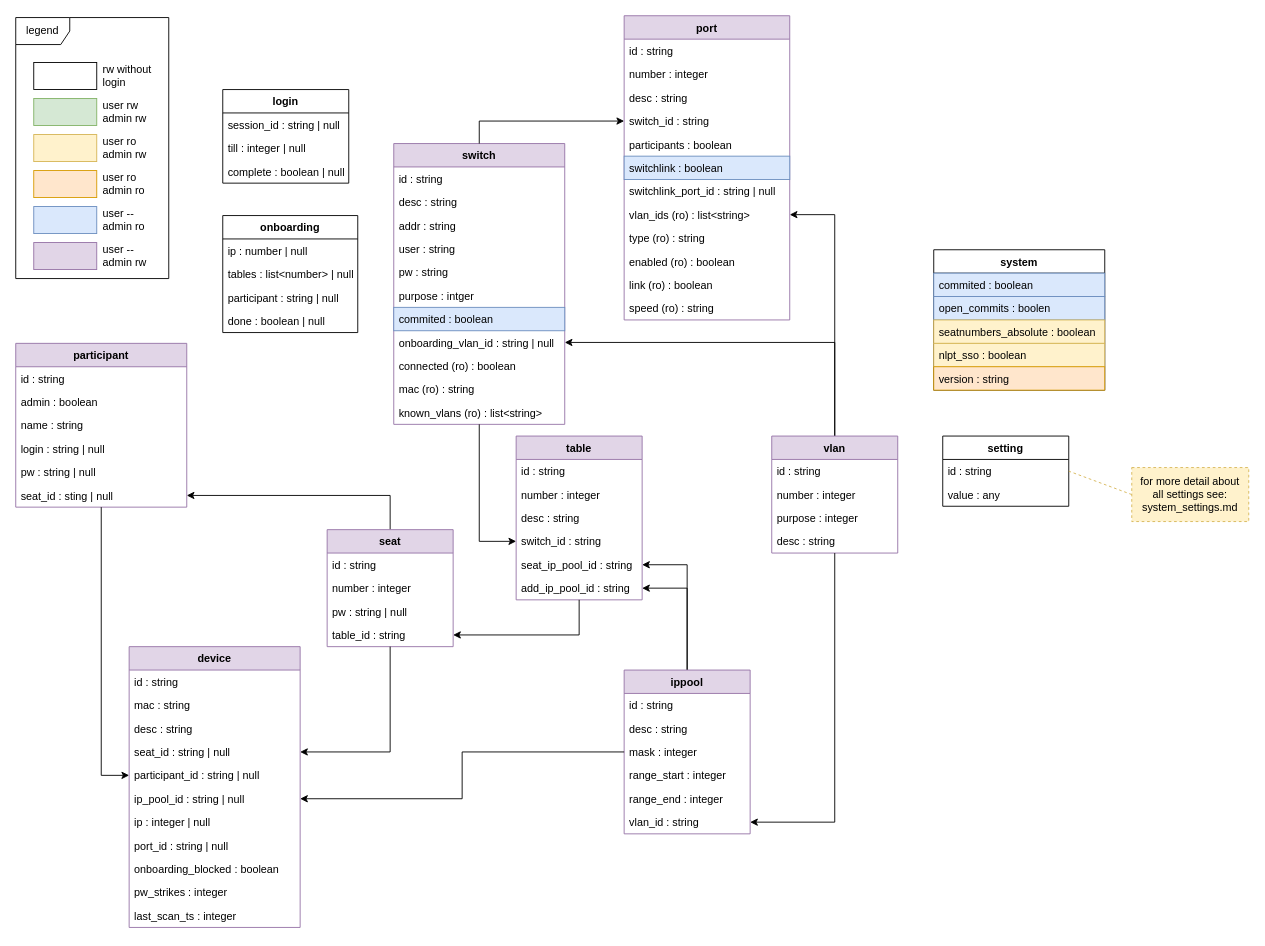
nils-ost/LanPartyOnboardingSystem keeps this draw.io diagram as docs/api.drawio. Above is the earlier version. Source tidied: cells renumbered, new cells numbered last; positions are measured from the earlier drawing's top-left corner, leaving out a move shared by most shapes. Both pictures are drawn from the tidied source at 90%, with x=0, y=0 at pixel (15, 15).
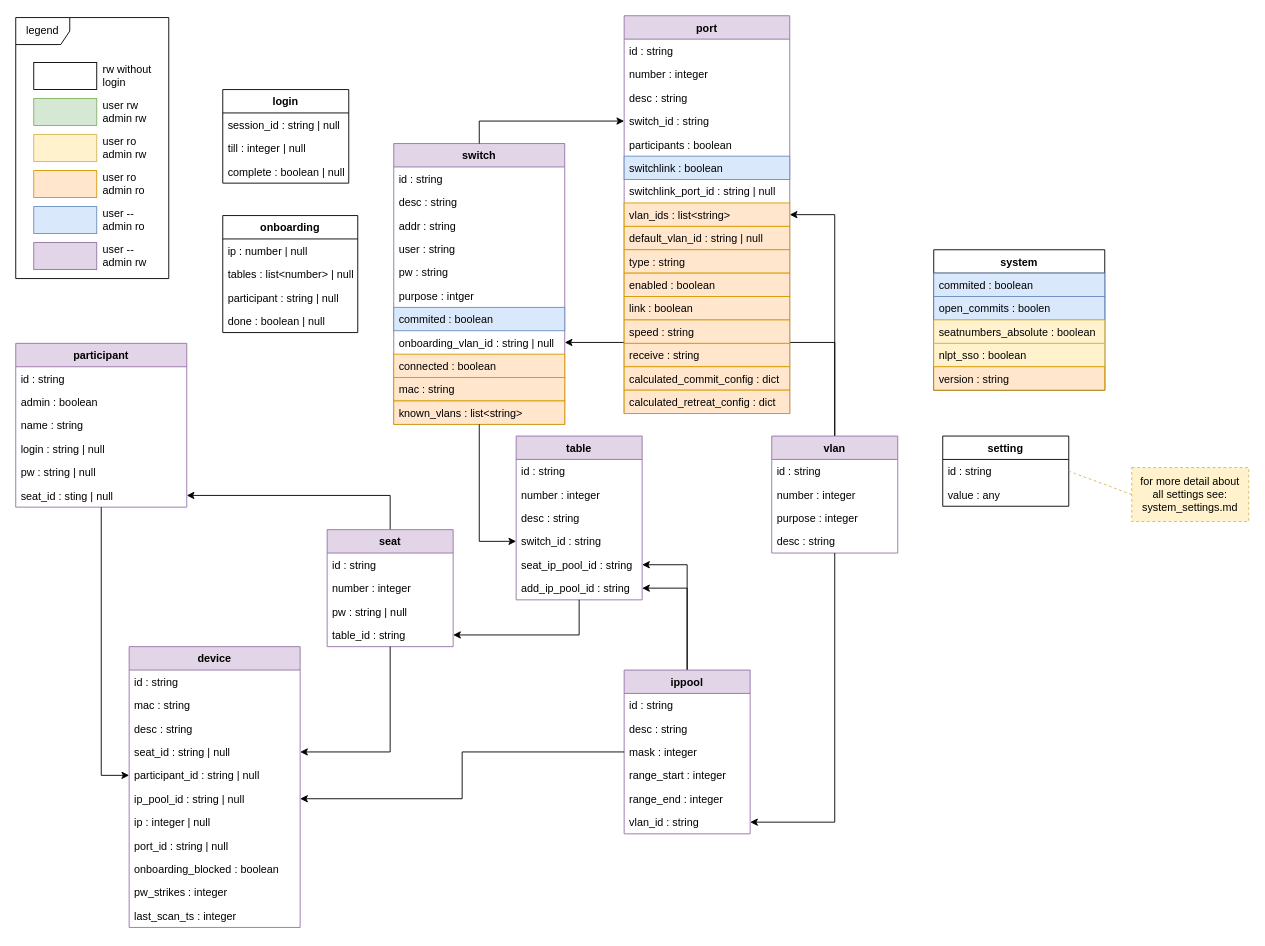
The same diagram, later.

Commit message (it also covers changes not shown here):
PortConfigCache is now used on Switch commit and retreat

Unchanged cells that the change refers to:
```xml
<mxCell id="30" value="switch" style="swimlane;fontStyle=1;horizontal=1;startSize=26;fillColor=#e1d5e7;strokeColor=#9673a6;" parent="1" vertex="1">
  <mxGeometry x="420" y="142" width="190" height="312" as="geometry" />
</mxCell>
```

The edit, as a diff of the source:
```diff
@@
-    <mxCell id="39" value="connected (ro) : boolean" style="text;strokeColor=none;fillColor=none;align=left;verticalAlign=top;spacingLeft=4;spacingRight=4;overflow=hidden;" parent="30" vertex="1">
+    <mxCell id="39" value="connected : boolean" style="text;strokeColor=#d79b00;fillColor=#ffe6cc;align=left;verticalAlign=top;spacingLeft=4;spacingRight=4;overflow=hidden;" parent="30" vertex="1">
       <mxGeometry y="234" width="190" height="26" as="geometry" />
     </mxCell>
-    <mxCell id="40" value="mac (ro) : string" style="text;strokeColor=none;fillColor=none;align=left;verticalAlign=top;spacingLeft=4;spacingRight=4;overflow=hidden;" parent="30" vertex="1">
+    <mxCell id="40" value="mac : string" style="text;strokeColor=#d79b00;fillColor=#ffe6cc;align=left;verticalAlign=top;spacingLeft=4;spacingRight=4;overflow=hidden;" parent="30" vertex="1">
       <mxGeometry y="260" width="190" height="26" as="geometry" />
     </mxCell>
-    <mxCell id="41" value="known_vlans (ro) : list&lt;string&gt;" style="text;strokeColor=none;fillColor=none;align=left;verticalAlign=top;spacingLeft=4;spacingRight=4;overflow=hidden;" parent="30" vertex="1">
+    <mxCell id="41" value="known_vlans : list&lt;string&gt;" style="text;strokeColor=#d79b00;fillColor=#ffe6cc;align=left;verticalAlign=top;spacingLeft=4;spacingRight=4;overflow=hidden;" parent="30" vertex="1">
       <mxGeometry y="286" width="190" height="26" as="geometry" />
     </mxCell>
@@
     <mxCell id="72" value="port" style="swimlane;fontStyle=1;horizontal=1;startSize=26;fillColor=#e1d5e7;strokeColor=#9673a6;" parent="1" vertex="1">
-      <mxGeometry x="676" width="184" height="338" as="geometry" />
+      <mxGeometry x="676" width="184" height="442" as="geometry" />
     </mxCell>
@@
-    <mxCell id="80" value="vlan_ids (ro) : list&lt;string&gt;" style="text;strokeColor=none;fillColor=none;align=left;verticalAlign=top;spacingLeft=4;spacingRight=4;overflow=hidden;points=[[0,0.5],[1,0.5]];portConstraint=eastwest;" parent="72" vertex="1">
+    <mxCell id="80" value="vlan_ids : list&lt;string&gt;" style="text;strokeColor=#d79b00;fillColor=#ffe6cc;align=left;verticalAlign=top;spacingLeft=4;spacingRight=4;overflow=hidden;points=[[0,0.5],[1,0.5]];portConstraint=eastwest;" parent="72" vertex="1">
       <mxGeometry y="208" width="184" height="26" as="geometry" />
     </mxCell>
+    <mxCell id="110" value="default_vlan_id : string | null" style="text;strokeColor=#d79b00;fillColor=#ffe6cc;align=left;verticalAlign=top;spacingLeft=4;spacingRight=4;overflow=hidden;" parent="72" vertex="1">
+      <mxGeometry y="234" width="184" height="26" as="geometry" />
+    </mxCell>
-    <mxCell id="81" value="type (ro) : string" style="text;strokeColor=none;fillColor=none;align=left;verticalAlign=top;spacingLeft=4;spacingRight=4;overflow=hidden;" parent="72" vertex="1">
-      <mxGeometry y="234" width="184" height="26" as="geometry" />
+    <mxCell id="81" value="type : string" style="text;strokeColor=#d79b00;fillColor=#ffe6cc;align=left;verticalAlign=top;spacingLeft=4;spacingRight=4;overflow=hidden;" parent="72" vertex="1">
+      <mxGeometry y="260" width="184" height="26" as="geometry" />
     </mxCell>
-    <mxCell id="82" value="enabled (ro) : boolean" style="text;strokeColor=none;fillColor=none;align=left;verticalAlign=top;spacingLeft=4;spacingRight=4;overflow=hidden;" parent="72" vertex="1">
-      <mxGeometry y="260" width="184" height="26" as="geometry" />
+    <mxCell id="82" value="enabled : boolean" style="text;strokeColor=#d79b00;fillColor=#ffe6cc;align=left;verticalAlign=top;spacingLeft=4;spacingRight=4;overflow=hidden;" parent="72" vertex="1">
+      <mxGeometry y="286" width="184" height="26" as="geometry" />
     </mxCell>
-    <mxCell id="83" value="link (ro) : boolean" style="text;strokeColor=none;fillColor=none;align=left;verticalAlign=top;spacingLeft=4;spacingRight=4;overflow=hidden;" parent="72" vertex="1">
-      <mxGeometry y="286" width="184" height="26" as="geometry" />
+    <mxCell id="83" value="link : boolean" style="text;strokeColor=#d79b00;fillColor=#ffe6cc;align=left;verticalAlign=top;spacingLeft=4;spacingRight=4;overflow=hidden;" parent="72" vertex="1">
+      <mxGeometry y="312" width="184" height="26" as="geometry" />
     </mxCell>
-    <mxCell id="84" value="speed (ro) : string" style="text;strokeColor=none;fillColor=none;align=left;verticalAlign=top;spacingLeft=4;spacingRight=4;overflow=hidden;" parent="72" vertex="1">
-      <mxGeometry y="312" width="184" height="26" as="geometry" />
+    <mxCell id="84" value="speed : string" style="text;strokeColor=#d79b00;fillColor=#ffe6cc;align=left;verticalAlign=top;spacingLeft=4;spacingRight=4;overflow=hidden;" parent="72" vertex="1">
+      <mxGeometry y="338" width="184" height="26" as="geometry" />
     </mxCell>
+    <mxCell id="111" value="receive : string" style="text;strokeColor=#d79b00;fillColor=#ffe6cc;align=left;verticalAlign=top;spacingLeft=4;spacingRight=4;overflow=hidden;" parent="72" vertex="1">
+      <mxGeometry y="364" width="184" height="26" as="geometry" />
+    </mxCell>
+    <mxCell id="112" value="calculated_commit_config : dict" style="text;strokeColor=#d79b00;fillColor=#ffe6cc;align=left;verticalAlign=top;spacingLeft=4;spacingRight=4;overflow=hidden;" parent="72" vertex="1">
+      <mxGeometry y="390" width="184" height="26" as="geometry" />
+    </mxCell>
+    <mxCell id="113" value="calculated_retreat_config : dict" style="text;strokeColor=#d79b00;fillColor=#ffe6cc;align=left;verticalAlign=top;spacingLeft=4;spacingRight=4;overflow=hidden;" parent="72" vertex="1">
+      <mxGeometry y="416" width="184" height="26" as="geometry" />
+    </mxCell>
```
